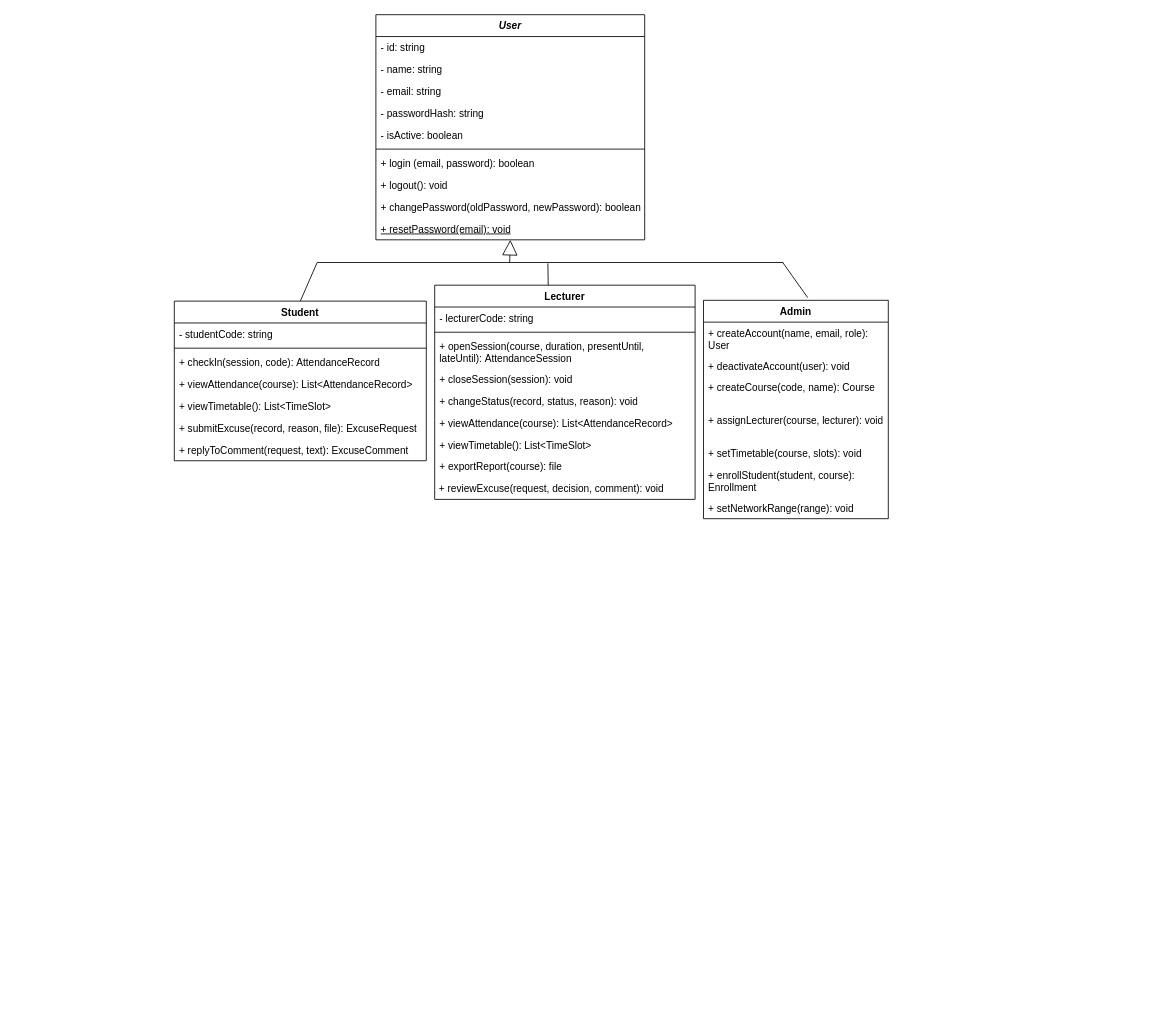
This is Untitled Diagram.drawio from QnTIie2409/CNPM-GROUP03, a draw.io file, before an edit. Source tidied: cells renumbered, new cells numbered last; positions are measured from the earlier drawing's top-left corner, leaving out a move shared by most shapes. Both pictures are drawn from the tidied source at 84%, with x=0, y=0 at pixel (174, 14).
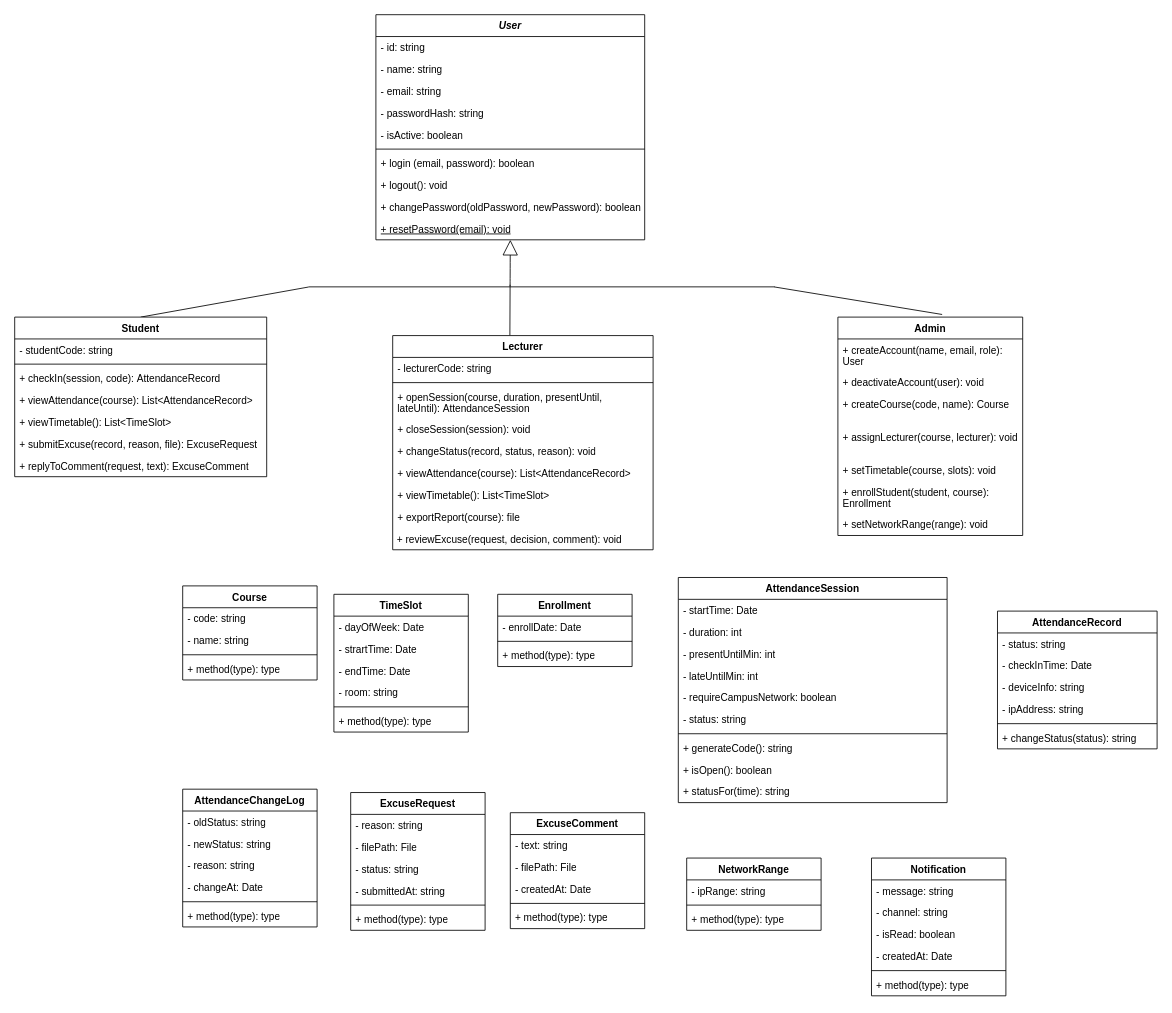
Above is the later version.

Commit message:
Adding Class: course, enrollment, attendanceSession,  AttendanceRecord, AttendacneChangeLog, ExcuseRequest, ExcuseComment, Notification, NetworkRange

The change refers to these unchanged cells:
```xml
<mxCell id="2" value="&lt;i&gt;User&lt;/i&gt;" style="swimlane;fontStyle=1;align=center;verticalAlign=top;horizontal=1;startSize=26;whiteSpace=wrap;html=1;" parent="1" vertex="1">
  <mxGeometry x="240" width="320" height="268" as="geometry" />
</mxCell>
```

The edit, as a diff of the source:
```diff
@@
-    <mxCell id="13" style="endArrow=block;endSize=16;endFill=0;html=1;rounded=0;defaultLabelBackgroundColor=page;curved=1;curveGeometry=1;exitX=0.413;exitY=0.56;exitDx=0;exitDy=0;exitPerimeter=0;entryX=0.5;entryY=1;entryDx=0;entryDy=0;" parent="1" edge="1" source="14" target="2">
+    <mxCell id="13" style="endArrow=block;endSize=16;endFill=0;html=1;rounded=0;defaultLabelBackgroundColor=page;curved=1;curveGeometry=1;exitX=0.432;exitY=0.417;exitDx=0;exitDy=0;exitPerimeter=0;entryX=0.5;entryY=1;entryDx=0;entryDy=0;" parent="1" edge="1" source="14" target="2">
       <mxGeometry relative="1" as="geometry" />
     </mxCell>
     <mxCell id="14" style="line;strokeWidth=1;dashed=0;labelPosition=right;align=left;verticalAlign=middle;spacingTop=0;spacingLeft=6;points=[];portConstraint=eastwest;labelPerimeter=1;" parent="1" vertex="1">
-      <mxGeometry x="170" y="290" width="555" height="10" as="geometry" />
+      <mxGeometry x="160" y="319" width="555" height="10" as="geometry" />
     </mxCell>
@@
-    <mxCell id="16" style="endArrow=none;html=1;rounded=0;defaultLabelBackgroundColor=page;entryX=0.495;entryY=0.599;entryDx=0;entryDy=0;entryPerimeter=0;exitX=0.436;exitY=0.003;exitDx=0;exitDy=0;exitPerimeter=0;" parent="1" edge="1" source="26" target="14">
+    <mxCell id="16" style="endArrow=none;html=1;rounded=0;defaultLabelBackgroundColor=page;entryX=0.432;entryY=0.235;entryDx=0;entryDy=0;entryPerimeter=0;exitX=0.45;exitY=-0.001;exitDx=0;exitDy=0;exitPerimeter=0;" parent="1" edge="1" source="26" target="14">
       <mxGeometry relative="1" as="geometry" />
     </mxCell>
@@
     <mxCell id="18" value="Student" style="swimlane;fontStyle=1;align=center;verticalAlign=top;horizontal=1;startSize=26;whiteSpace=wrap;html=1;" parent="1" vertex="1">
-      <mxGeometry y="341" width="300" height="190" as="geometry" />
+      <mxGeometry x="-190" y="360" width="300" height="190" as="geometry" />
     </mxCell>
@@
     <mxCell id="26" value="Lecturer" style="swimlane;fontStyle=1;align=center;verticalAlign=top;horizontal=1;startSize=26;whiteSpace=wrap;html=1;" parent="1" vertex="1">
-      <mxGeometry x="310" y="322" width="310" height="255" as="geometry" />
+      <mxGeometry x="260" y="382" width="310" height="255" as="geometry" />
     </mxCell>
@@
     <mxCell id="36" value="Admin" style="swimlane;fontStyle=1;align=center;verticalAlign=top;horizontal=1;startSize=26;whiteSpace=wrap;html=1;" parent="1" vertex="1">
-      <mxGeometry x="630" y="340" width="220" height="260" as="geometry" />
+      <mxGeometry x="790" y="360" width="220" height="260" as="geometry" />
     </mxCell>
@@
+    <mxCell id="44" value="Course" style="swimlane;fontStyle=1;align=center;verticalAlign=top;horizontal=1;startSize=26;whiteSpace=wrap;html=1;" parent="1" vertex="1">
+      <mxGeometry x="10" y="680" width="160" height="112" as="geometry" />
+    </mxCell>
+    <mxCell id="45" value="- code: string" style="text;strokeColor=none;fillColor=none;align=left;verticalAlign=top;spacingLeft=4;spacingRight=4;overflow=hidden;whiteSpace=wrap;html=1;" parent="44" vertex="1">
+      <mxGeometry y="26" width="160" height="26" as="geometry" />
+    </mxCell>
+    <mxCell id="46" value="- name: string" style="text;strokeColor=none;fillColor=none;align=left;verticalAlign=top;spacingLeft=4;spacingRight=4;overflow=hidden;whiteSpace=wrap;html=1;" parent="44" vertex="1">
+      <mxGeometry y="52" width="160" height="26" as="geometry" />
+    </mxCell>
+    <mxCell id="47" style="line;strokeWidth=1;fillColor=none;align=left;verticalAlign=middle;spacingTop=-1;spacingLeft=3;spacingRight=3;labelPosition=right;strokeColor=inherit;labelPerimeter=1;" parent="44" vertex="1">
+      <mxGeometry y="78" width="160" height="8" as="geometry" />
+    </mxCell>
+    <mxCell id="48" value="+ method(type): type" style="text;strokeColor=none;fillColor=none;align=left;verticalAlign=top;spacingLeft=4;spacingRight=4;overflow=hidden;whiteSpace=wrap;html=1;" parent="44" vertex="1">
+      <mxGeometry y="86" width="160" height="26" as="geometry" />
+    </mxCell>
+    <mxCell id="49" value="TimeSlot" style="swimlane;fontStyle=1;align=center;verticalAlign=top;horizontal=1;startSize=26;whiteSpace=wrap;html=1;" parent="1" vertex="1">
+      <mxGeometry x="190" y="690" width="160" height="164" as="geometry" />
+    </mxCell>
+    <mxCell id="50" value="- dayOfWeek: Date" style="text;strokeColor=none;fillColor=none;align=left;verticalAlign=top;spacingLeft=4;spacingRight=4;overflow=hidden;whiteSpace=wrap;html=1;" parent="49" vertex="1">
+      <mxGeometry y="26" width="160" height="26" as="geometry" />
+    </mxCell>
+    <mxCell id="51" value="- strartTime: Date" style="text;strokeColor=none;fillColor=none;align=left;verticalAlign=top;spacingLeft=4;spacingRight=4;overflow=hidden;whiteSpace=wrap;html=1;" parent="49" vertex="1">
+      <mxGeometry y="52" width="160" height="26" as="geometry" />
+    </mxCell>
+    <mxCell id="52" value="- endTime: Date" style="text;strokeColor=none;fillColor=none;align=left;verticalAlign=top;spacingLeft=4;spacingRight=4;overflow=hidden;whiteSpace=wrap;html=1;" parent="49" vertex="1">
+      <mxGeometry y="78" width="160" height="26" as="geometry" />
+    </mxCell>
+    <mxCell id="53" value="- room: string" style="text;strokeColor=none;fillColor=none;align=left;verticalAlign=top;spacingLeft=4;spacingRight=4;overflow=hidden;whiteSpace=wrap;html=1;" parent="49" vertex="1">
+      <mxGeometry y="104" width="160" height="26" as="geometry" />
+    </mxCell>
+    <mxCell id="54" style="line;strokeWidth=1;fillColor=none;align=left;verticalAlign=middle;spacingTop=-1;spacingLeft=3;spacingRight=3;labelPosition=right;strokeColor=inherit;labelPerimeter=1;" parent="49" vertex="1">
+      <mxGeometry y="130" width="160" height="8" as="geometry" />
+    </mxCell>
+    <mxCell id="55" value="+ method(type): type" style="text;strokeColor=none;fillColor=none;align=left;verticalAlign=top;spacingLeft=4;spacingRight=4;overflow=hidden;whiteSpace=wrap;html=1;" parent="49" vertex="1">
+      <mxGeometry y="138" width="160" height="26" as="geometry" />
+    </mxCell>
+    <mxCell id="56" value="Enrollment" style="swimlane;fontStyle=1;align=center;verticalAlign=top;horizontal=1;startSize=26;whiteSpace=wrap;html=1;" parent="1" vertex="1">
+      <mxGeometry x="385" y="690" width="160" height="86" as="geometry" />
+    </mxCell>
+    <mxCell id="57" value="- enrollDate: Date" style="text;strokeColor=none;fillColor=none;align=left;verticalAlign=top;spacingLeft=4;spacingRight=4;overflow=hidden;whiteSpace=wrap;html=1;" parent="56" vertex="1">
+      <mxGeometry y="26" width="160" height="26" as="geometry" />
+    </mxCell>
+    <mxCell id="58" style="line;strokeWidth=1;fillColor=none;align=left;verticalAlign=middle;spacingTop=-1;spacingLeft=3;spacingRight=3;labelPosition=right;strokeColor=inherit;labelPerimeter=1;" parent="56" vertex="1">
+      <mxGeometry y="52" width="160" height="8" as="geometry" />
+    </mxCell>
+    <mxCell id="59" value="+ method(type): type" style="text;strokeColor=none;fillColor=none;align=left;verticalAlign=top;spacingLeft=4;spacingRight=4;overflow=hidden;whiteSpace=wrap;html=1;" parent="56" vertex="1">
+      <mxGeometry y="60" width="160" height="26" as="geometry" />
+    </mxCell>
+    <mxCell id="60" value="AttendanceSession" style="swimlane;fontStyle=1;align=center;verticalAlign=top;horizontal=1;startSize=26;whiteSpace=wrap;html=1;" parent="1" vertex="1">
+      <mxGeometry x="600" y="670" width="320" height="268" as="geometry" />
+    </mxCell>
+    <mxCell id="61" value="- startTime: Date" style="text;strokeColor=none;fillColor=none;align=left;verticalAlign=top;spacingLeft=4;spacingRight=4;overflow=hidden;whiteSpace=wrap;html=1;" parent="60" vertex="1">
+      <mxGeometry y="26" width="320" height="26" as="geometry" />
+    </mxCell>
+    <mxCell id="62" value="- duration: int" style="text;strokeColor=none;fillColor=none;align=left;verticalAlign=top;spacingLeft=4;spacingRight=4;overflow=hidden;whiteSpace=wrap;html=1;" parent="60" vertex="1">
+      <mxGeometry y="52" width="320" height="26" as="geometry" />
+    </mxCell>
+    <mxCell id="63" value="- presentUntilMin: int" style="text;strokeColor=none;fillColor=none;align=left;verticalAlign=top;spacingLeft=4;spacingRight=4;overflow=hidden;whiteSpace=wrap;html=1;" parent="60" vertex="1">
+      <mxGeometry y="78" width="320" height="26" as="geometry" />
+    </mxCell>
+    <mxCell id="64" value="- lateUntilMin: int" style="text;strokeColor=none;fillColor=none;align=left;verticalAlign=top;spacingLeft=4;spacingRight=4;overflow=hidden;whiteSpace=wrap;html=1;" parent="60" vertex="1">
+      <mxGeometry y="104" width="320" height="26" as="geometry" />
+    </mxCell>
+    <mxCell id="65" value="- requireCampusNetwork: boolean" style="text;strokeColor=none;fillColor=none;align=left;verticalAlign=top;spacingLeft=4;spacingRight=4;overflow=hidden;whiteSpace=wrap;html=1;" parent="60" vertex="1">
+      <mxGeometry y="130" width="320" height="26" as="geometry" />
+    </mxCell>
+    <mxCell id="66" value="-&amp;nbsp;status: string" style="text;strokeColor=none;fillColor=none;align=left;verticalAlign=top;spacingLeft=4;spacingRight=4;overflow=hidden;whiteSpace=wrap;html=1;" parent="60" vertex="1">
+      <mxGeometry y="156" width="320" height="26" as="geometry" />
+    </mxCell>
+    <mxCell id="67" style="line;strokeWidth=1;fillColor=none;align=left;verticalAlign=middle;spacingTop=-1;spacingLeft=3;spacingRight=3;labelPosition=right;strokeColor=inherit;labelPerimeter=1;" parent="60" vertex="1">
+      <mxGeometry y="182" width="320" height="8" as="geometry" />
+    </mxCell>
+    <mxCell id="68" value="+&amp;nbsp;generateCode(): string" style="text;strokeColor=none;fillColor=none;align=left;verticalAlign=top;spacingLeft=4;spacingRight=4;overflow=hidden;whiteSpace=wrap;html=1;" parent="60" vertex="1">
+      <mxGeometry y="190" width="320" height="26" as="geometry" />
+    </mxCell>
+    <mxCell id="69" value="+&amp;nbsp;isOpen(): boolean" style="text;strokeColor=none;fillColor=none;align=left;verticalAlign=top;spacingLeft=4;spacingRight=4;overflow=hidden;whiteSpace=wrap;html=1;" parent="60" vertex="1">
+      <mxGeometry y="216" width="320" height="26" as="geometry" />
+    </mxCell>
+    <mxCell id="70" value="+&amp;nbsp;statusFor(time): string" style="text;strokeColor=none;fillColor=none;align=left;verticalAlign=top;spacingLeft=4;spacingRight=4;overflow=hidden;whiteSpace=wrap;html=1;" parent="60" vertex="1">
+      <mxGeometry y="242" width="320" height="26" as="geometry" />
+    </mxCell>
+    <mxCell id="71" value="AttendanceRecord" style="swimlane;fontStyle=1;align=center;verticalAlign=top;horizontal=1;startSize=26;whiteSpace=wrap;html=1;" parent="1" vertex="1">
+      <mxGeometry x="980" y="710" width="190" height="164" as="geometry" />
+    </mxCell>
+    <mxCell id="72" value="- status: string" style="text;strokeColor=none;fillColor=none;align=left;verticalAlign=top;spacingLeft=4;spacingRight=4;overflow=hidden;whiteSpace=wrap;html=1;" parent="71" vertex="1">
+      <mxGeometry y="26" width="190" height="26" as="geometry" />
+    </mxCell>
+    <mxCell id="73" value="- checkInTime: Date" style="text;strokeColor=none;fillColor=none;align=left;verticalAlign=top;spacingLeft=4;spacingRight=4;overflow=hidden;whiteSpace=wrap;html=1;" parent="71" vertex="1">
+      <mxGeometry y="52" width="190" height="26" as="geometry" />
+    </mxCell>
+    <mxCell id="74" value="- deviceInfo: string" style="text;strokeColor=none;fillColor=none;align=left;verticalAlign=top;spacingLeft=4;spacingRight=4;overflow=hidden;whiteSpace=wrap;html=1;" parent="71" vertex="1">
+      <mxGeometry y="78" width="190" height="26" as="geometry" />
+    </mxCell>
+    <mxCell id="75" value="- ipAddress: string" style="text;strokeColor=none;fillColor=none;align=left;verticalAlign=top;spacingLeft=4;spacingRight=4;overflow=hidden;whiteSpace=wrap;html=1;" parent="71" vertex="1">
+      <mxGeometry y="104" width="190" height="26" as="geometry" />
+    </mxCell>
+    <mxCell id="76" style="line;strokeWidth=1;fillColor=none;align=left;verticalAlign=middle;spacingTop=-1;spacingLeft=3;spacingRight=3;labelPosition=right;strokeColor=inherit;labelPerimeter=1;" parent="71" vertex="1">
+      <mxGeometry y="130" width="190" height="8" as="geometry" />
+    </mxCell>
+    <mxCell id="77" value="+&amp;nbsp;changeStatus(status): string" style="text;strokeColor=none;fillColor=none;align=left;verticalAlign=top;spacingLeft=4;spacingRight=4;overflow=hidden;whiteSpace=wrap;html=1;" parent="71" vertex="1">
+      <mxGeometry y="138" width="190" height="26" as="geometry" />
+    </mxCell>
+    <mxCell id="78" value="AttendanceChangeLog" style="swimlane;fontStyle=1;align=center;verticalAlign=top;horizontal=1;startSize=26;whiteSpace=wrap;html=1;" parent="1" vertex="1">
+      <mxGeometry x="10" y="922" width="160" height="164" as="geometry" />
+    </mxCell>
+    <mxCell id="79" value="-&amp;nbsp;oldStatus: string" style="text;strokeColor=none;fillColor=none;align=left;verticalAlign=top;spacingLeft=4;spacingRight=4;overflow=hidden;whiteSpace=wrap;html=1;" parent="78" vertex="1">
+      <mxGeometry y="26" width="160" height="26" as="geometry" />
+    </mxCell>
+    <mxCell id="80" value="- newStatus: string" style="text;strokeColor=none;fillColor=none;align=left;verticalAlign=top;spacingLeft=4;spacingRight=4;overflow=hidden;whiteSpace=wrap;html=1;" parent="78" vertex="1">
+      <mxGeometry y="52" width="160" height="26" as="geometry" />
+    </mxCell>
+    <mxCell id="81" value="- reason: string" style="text;strokeColor=none;fillColor=none;align=left;verticalAlign=top;spacingLeft=4;spacingRight=4;overflow=hidden;whiteSpace=wrap;html=1;" parent="78" vertex="1">
+      <mxGeometry y="78" width="160" height="26" as="geometry" />
+    </mxCell>
+    <mxCell id="82" value="- changeAt: Date" style="text;strokeColor=none;fillColor=none;align=left;verticalAlign=top;spacingLeft=4;spacingRight=4;overflow=hidden;whiteSpace=wrap;html=1;" parent="78" vertex="1">
+      <mxGeometry y="104" width="160" height="26" as="geometry" />
+    </mxCell>
+    <mxCell id="83" style="line;strokeWidth=1;fillColor=none;align=left;verticalAlign=middle;spacingTop=-1;spacingLeft=3;spacingRight=3;labelPosition=right;strokeColor=inherit;labelPerimeter=1;" parent="78" vertex="1">
+      <mxGeometry y="130" width="160" height="8" as="geometry" />
+    </mxCell>
+    <mxCell id="84" value="+ method(type): type" style="text;strokeColor=none;fillColor=none;align=left;verticalAlign=top;spacingLeft=4;spacingRight=4;overflow=hidden;whiteSpace=wrap;html=1;" parent="78" vertex="1">
+      <mxGeometry y="138" width="160" height="26" as="geometry" />
+    </mxCell>
+    <mxCell id="85" value="ExcuseRequest" style="swimlane;fontStyle=1;align=center;verticalAlign=top;horizontal=1;startSize=26;whiteSpace=wrap;html=1;" parent="1" vertex="1">
+      <mxGeometry x="210" y="926" width="160" height="164" as="geometry" />
+    </mxCell>
+    <mxCell id="86" value="-&amp;nbsp;reason: string" style="text;strokeColor=none;fillColor=none;align=left;verticalAlign=top;spacingLeft=4;spacingRight=4;overflow=hidden;whiteSpace=wrap;html=1;" parent="85" vertex="1">
+      <mxGeometry y="26" width="160" height="26" as="geometry" />
+    </mxCell>
+    <mxCell id="87" value="-&amp;nbsp;filePath: File" style="text;strokeColor=none;fillColor=none;align=left;verticalAlign=top;spacingLeft=4;spacingRight=4;overflow=hidden;whiteSpace=wrap;html=1;" parent="85" vertex="1">
+      <mxGeometry y="52" width="160" height="26" as="geometry" />
+    </mxCell>
+    <mxCell id="88" value="-&amp;nbsp;status: string" style="text;strokeColor=none;fillColor=none;align=left;verticalAlign=top;spacingLeft=4;spacingRight=4;overflow=hidden;whiteSpace=wrap;html=1;" parent="85" vertex="1">
+      <mxGeometry y="78" width="160" height="26" as="geometry" />
+    </mxCell>
+    <mxCell id="89" value="-&amp;nbsp;submittedAt: string" style="text;strokeColor=none;fillColor=none;align=left;verticalAlign=top;spacingLeft=4;spacingRight=4;overflow=hidden;whiteSpace=wrap;html=1;" parent="85" vertex="1">
+      <mxGeometry y="104" width="160" height="26" as="geometry" />
+    </mxCell>
+    <mxCell id="90" style="line;strokeWidth=1;fillColor=none;align=left;verticalAlign=middle;spacingTop=-1;spacingLeft=3;spacingRight=3;labelPosition=right;strokeColor=inherit;labelPerimeter=1;" parent="85" vertex="1">
+      <mxGeometry y="130" width="160" height="8" as="geometry" />
+    </mxCell>
+    <mxCell id="91" value="+ method(type): type" style="text;strokeColor=none;fillColor=none;align=left;verticalAlign=top;spacingLeft=4;spacingRight=4;overflow=hidden;whiteSpace=wrap;html=1;" parent="85" vertex="1">
+      <mxGeometry y="138" width="160" height="26" as="geometry" />
+    </mxCell>
+    <mxCell id="92" value="ExcuseComment" style="swimlane;fontStyle=1;align=center;verticalAlign=top;horizontal=1;startSize=26;whiteSpace=wrap;html=1;" parent="1" vertex="1">
+      <mxGeometry x="400" y="950" width="160" height="138" as="geometry" />
+    </mxCell>
+    <mxCell id="93" value="-&amp;nbsp;text: string" style="text;strokeColor=none;fillColor=none;align=left;verticalAlign=top;spacingLeft=4;spacingRight=4;overflow=hidden;whiteSpace=wrap;html=1;" parent="92" vertex="1">
+      <mxGeometry y="26" width="160" height="26" as="geometry" />
+    </mxCell>
+    <mxCell id="94" value="-&amp;nbsp;filePath: File" style="text;strokeColor=none;fillColor=none;align=left;verticalAlign=top;spacingLeft=4;spacingRight=4;overflow=hidden;whiteSpace=wrap;html=1;" parent="92" vertex="1">
+      <mxGeometry y="52" width="160" height="26" as="geometry" />
+    </mxCell>
+    <mxCell id="95" value="-&amp;nbsp;createdAt: Date" style="text;strokeColor=none;fillColor=none;align=left;verticalAlign=top;spacingLeft=4;spacingRight=4;overflow=hidden;whiteSpace=wrap;html=1;" parent="92" vertex="1">
+      <mxGeometry y="78" width="160" height="26" as="geometry" />
+    </mxCell>
+    <mxCell id="96" style="line;strokeWidth=1;fillColor=none;align=left;verticalAlign=middle;spacingTop=-1;spacingLeft=3;spacingRight=3;labelPosition=right;strokeColor=inherit;labelPerimeter=1;" parent="92" vertex="1">
+      <mxGeometry y="104" width="160" height="8" as="geometry" />
+    </mxCell>
+    <mxCell id="97" value="+ method(type): type" style="text;strokeColor=none;fillColor=none;align=left;verticalAlign=top;spacingLeft=4;spacingRight=4;overflow=hidden;whiteSpace=wrap;html=1;" parent="92" vertex="1">
+      <mxGeometry y="112" width="160" height="26" as="geometry" />
+    </mxCell>
+    <mxCell id="98" value="NetworkRange" style="swimlane;fontStyle=1;align=center;verticalAlign=top;horizontal=1;startSize=26;whiteSpace=wrap;html=1;" parent="1" vertex="1">
+      <mxGeometry x="610" y="1004" width="160" height="86" as="geometry" />
+    </mxCell>
+    <mxCell id="99" value="-&amp;nbsp;ipRange: string" style="text;strokeColor=none;fillColor=none;align=left;verticalAlign=top;spacingLeft=4;spacingRight=4;overflow=hidden;whiteSpace=wrap;html=1;" parent="98" vertex="1">
+      <mxGeometry y="26" width="160" height="26" as="geometry" />
+    </mxCell>
+    <mxCell id="100" style="line;strokeWidth=1;fillColor=none;align=left;verticalAlign=middle;spacingTop=-1;spacingLeft=3;spacingRight=3;labelPosition=right;strokeColor=inherit;labelPerimeter=1;" parent="98" vertex="1">
+      <mxGeometry y="52" width="160" height="8" as="geometry" />
+    </mxCell>
+    <mxCell id="101" value="+ method(type): type" style="text;strokeColor=none;fillColor=none;align=left;verticalAlign=top;spacingLeft=4;spacingRight=4;overflow=hidden;whiteSpace=wrap;html=1;" parent="98" vertex="1">
+      <mxGeometry y="60" width="160" height="26" as="geometry" />
+    </mxCell>
+    <mxCell id="102" value="Notification" style="swimlane;fontStyle=1;align=center;verticalAlign=top;horizontal=1;startSize=26;whiteSpace=wrap;html=1;" parent="1" vertex="1">
+      <mxGeometry x="830" y="1004" width="160" height="164" as="geometry" />
+    </mxCell>
+    <mxCell id="103" value="-&amp;nbsp;message: string" style="text;strokeColor=none;fillColor=none;align=left;verticalAlign=top;spacingLeft=4;spacingRight=4;overflow=hidden;whiteSpace=wrap;html=1;" parent="102" vertex="1">
+      <mxGeometry y="26" width="160" height="26" as="geometry" />
+    </mxCell>
+    <mxCell id="104" value="-&amp;nbsp;channel: string" style="text;strokeColor=none;fillColor=none;align=left;verticalAlign=top;spacingLeft=4;spacingRight=4;overflow=hidden;whiteSpace=wrap;html=1;" parent="102" vertex="1">
+      <mxGeometry y="52" width="160" height="26" as="geometry" />
+    </mxCell>
+    <mxCell id="105" value="-&amp;nbsp;isRead: boolean" style="text;strokeColor=none;fillColor=none;align=left;verticalAlign=top;spacingLeft=4;spacingRight=4;overflow=hidden;whiteSpace=wrap;html=1;" parent="102" vertex="1">
+      <mxGeometry y="78" width="160" height="26" as="geometry" />
+    </mxCell>
+    <mxCell id="106" value="-&amp;nbsp;createdAt: Date" style="text;strokeColor=none;fillColor=none;align=left;verticalAlign=top;spacingLeft=4;spacingRight=4;overflow=hidden;whiteSpace=wrap;html=1;" parent="102" vertex="1">
+      <mxGeometry y="104" width="160" height="26" as="geometry" />
+    </mxCell>
+    <mxCell id="107" style="line;strokeWidth=1;fillColor=none;align=left;verticalAlign=middle;spacingTop=-1;spacingLeft=3;spacingRight=3;labelPosition=right;strokeColor=inherit;labelPerimeter=1;" parent="102" vertex="1">
+      <mxGeometry y="130" width="160" height="8" as="geometry" />
+    </mxCell>
+    <mxCell id="108" value="+ method(type): type" style="text;strokeColor=none;fillColor=none;align=left;verticalAlign=top;spacingLeft=4;spacingRight=4;overflow=hidden;whiteSpace=wrap;html=1;" parent="102" vertex="1">
+      <mxGeometry y="138" width="160" height="26" as="geometry" />
+    </mxCell>
```
